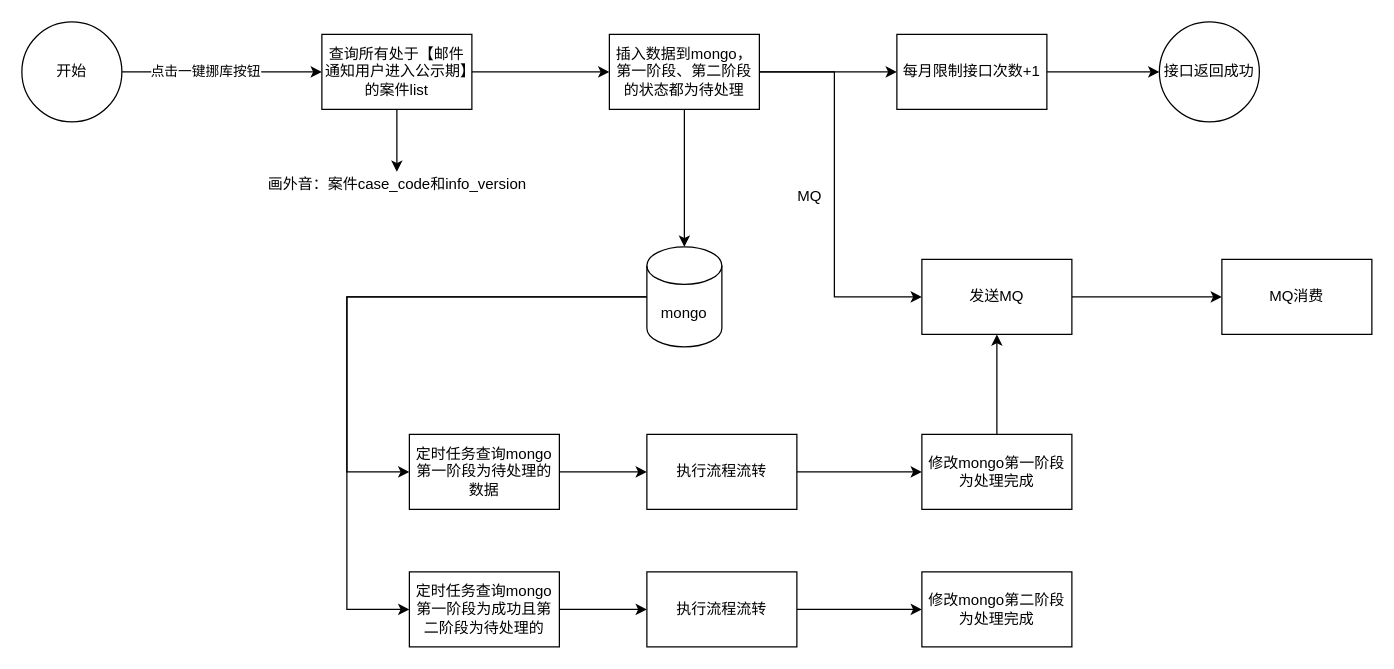
The draw.io diagram picture/一键挪库功能.drawio in canonhuu/rm, before the edit. Source tidied: cells renumbered, new cells numbered last; positions are measured from the earlier drawing's top-left corner, leaving out a move shared by most shapes. Both pictures are drawn from the tidied source at 125%, with x=0, y=0 at pixel (21, 21).
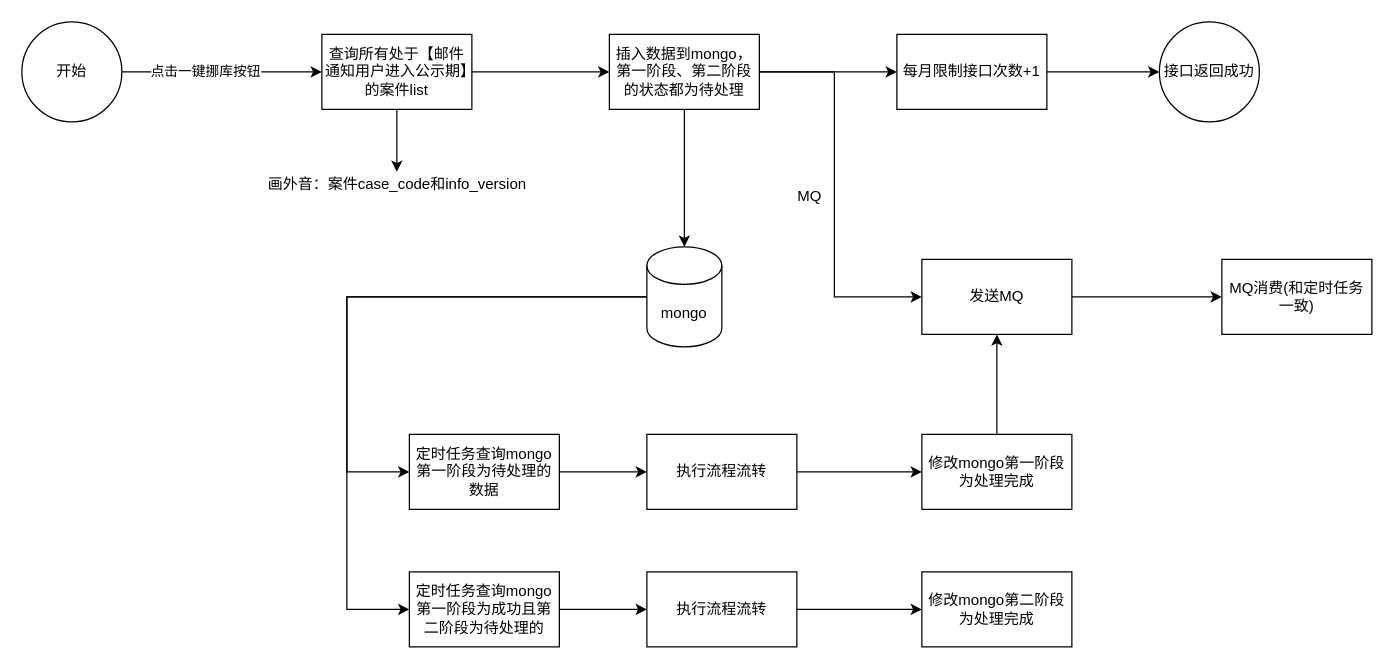
The same page after the edit.

Commit message:
更新一键挪库功能.drawio

Change to the diagram source:
```diff
@@
-    <mxCell id="33" value="MQ消费" style="rounded=0;whiteSpace=wrap;html=1;" parent="1" vertex="1">
+    <mxCell id="33" value="MQ消费(和定时任务一致)" style="rounded=0;whiteSpace=wrap;html=1;" parent="1" vertex="1">
       <mxGeometry x="960" y="190" width="120" height="60" as="geometry" />
     </mxCell>
```
